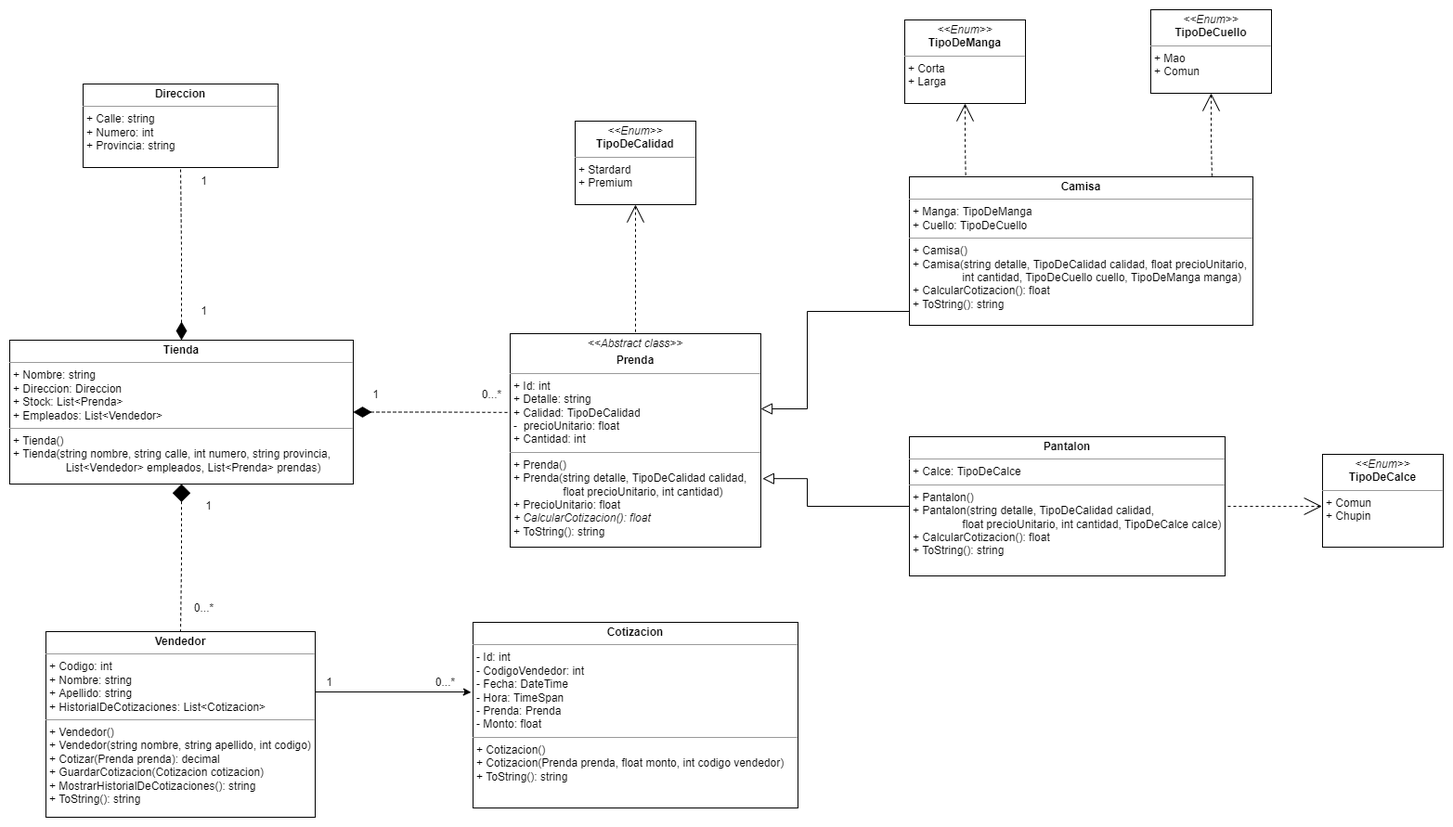
The draw.io diagram UML Quark.png in barbosalucas278/imagenes-readme, before a commit. Source tidied: cells renumbered, new cells last; positions are measured from the earlier drawing's top-left corner, leaving out a move shared by most shapes.
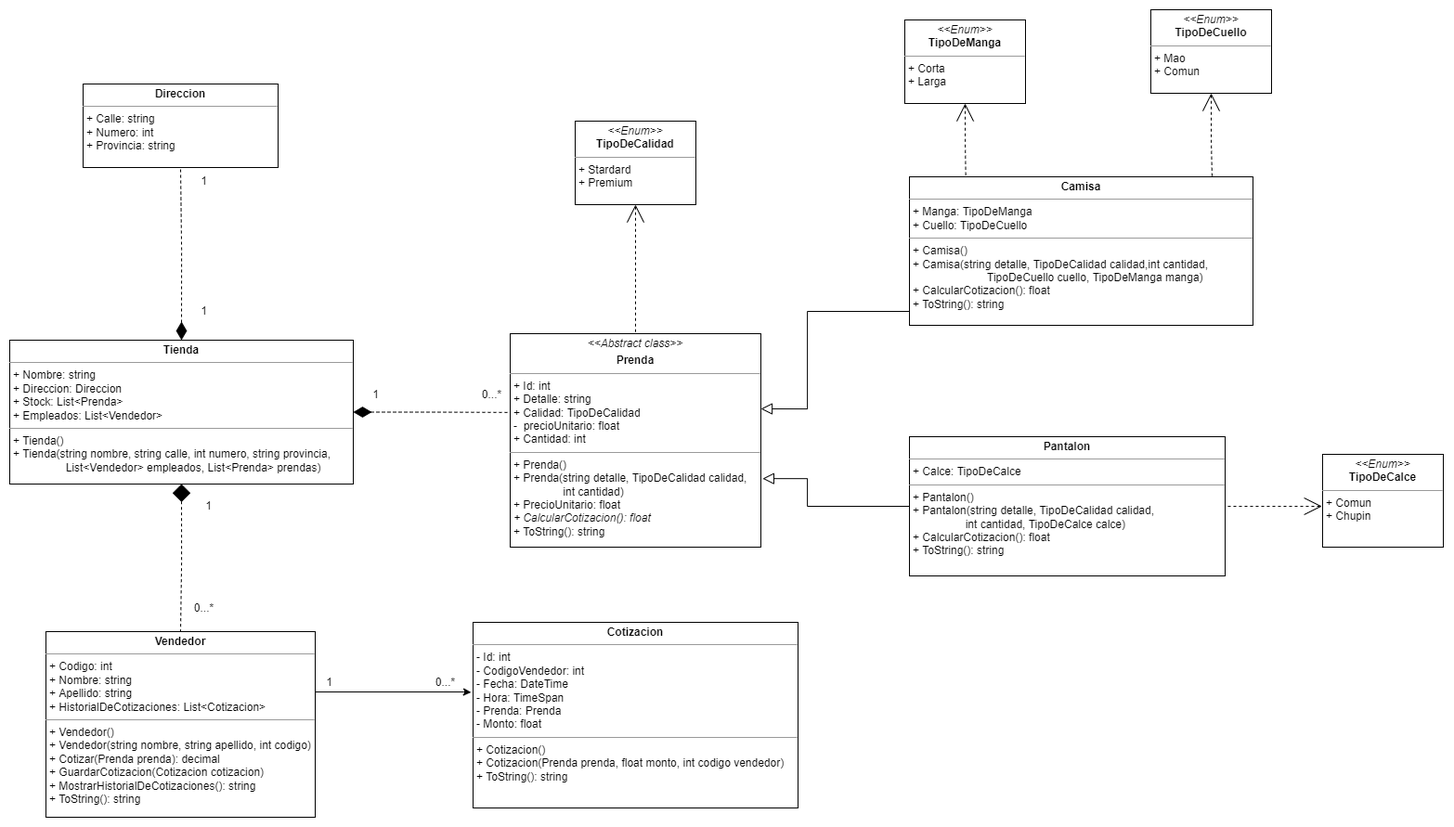
Above is the later version.

Diff of the diagram source:
```diff
@@ -28,7 +28,7 @@
     <mxCell id="8" value="&lt;p style=&quot;margin:0px;margin-top:4px;text-align:center;&quot;&gt;&lt;b&gt;Tienda&lt;/b&gt;&lt;/p&gt;&lt;hr size=&quot;1&quot;&gt;&lt;p style=&quot;margin:0px;margin-left:4px;&quot;&gt;+ Nombre: string&lt;/p&gt;&lt;p style=&quot;margin:0px;margin-left:4px;&quot;&gt;+ Direccion: Direccion&lt;/p&gt;&lt;p style=&quot;margin:0px;margin-left:4px;&quot;&gt;+ Stock: List&amp;lt;Prenda&amp;gt;&lt;/p&gt;&lt;p style=&quot;margin:0px;margin-left:4px;&quot;&gt;+ Empleados: List&amp;lt;Vendedor&amp;gt;&lt;/p&gt;&lt;hr size=&quot;1&quot;&gt;&lt;p style=&quot;margin:0px;margin-left:4px;&quot;&gt;+ Tienda()&lt;/p&gt;&lt;p style=&quot;margin:0px;margin-left:4px;&quot;&gt;+ Tienda(string nombre, string calle, int numero,&amp;nbsp;&lt;span style=&quot;background-color: initial;&quot;&gt;string provincia,&lt;/span&gt;&lt;/p&gt;&lt;p style=&quot;margin:0px;margin-left:4px;&quot;&gt;&lt;span style=&quot;background-color: initial;&quot;&gt;&lt;span style=&quot;white-space: pre;&quot;&gt;&#9;&lt;/span&gt;&lt;span style=&quot;white-space: pre;&quot;&gt;&#9;&lt;/span&gt;&amp;nbsp;List&amp;lt;Vendedor&amp;gt; empleados, List&amp;lt;Prenda&amp;gt; prendas)&lt;/span&gt;&lt;/p&gt;" style="verticalAlign=top;align=left;overflow=fill;fontSize=12;fontFamily=Helvetica;html=1;" parent="1" vertex="1">
       <mxGeometry y="356" width="370" height="155" as="geometry" />
     </mxCell>
-    <mxCell id="9" value="&lt;p style=&quot;margin:0px;margin-top:4px;text-align:center;&quot;&gt;&lt;i&gt;&amp;lt;&amp;lt;Abstract class&amp;gt;&amp;gt;&lt;/i&gt;&lt;br&gt;&lt;/p&gt;&lt;p style=&quot;margin:0px;margin-top:4px;text-align:center;&quot;&gt;&lt;b&gt;Prenda&lt;/b&gt;&lt;/p&gt;&lt;hr size=&quot;1&quot;&gt;&lt;p style=&quot;margin:0px;margin-left:4px;&quot;&gt;+ Id: int&lt;/p&gt;&lt;p style=&quot;margin:0px;margin-left:4px;&quot;&gt;+ Detalle: string&lt;/p&gt;&lt;p style=&quot;margin:0px;margin-left:4px;&quot;&gt;+ Calidad: TipoDeCalidad&lt;/p&gt;&lt;p style=&quot;margin:0px;margin-left:4px;&quot;&gt;-&amp;nbsp; precioUnitario: float&lt;/p&gt;&lt;p style=&quot;margin:0px;margin-left:4px;&quot;&gt;+ Cantidad: int&lt;/p&gt;&lt;hr size=&quot;1&quot;&gt;&lt;p style=&quot;margin:0px;margin-left:4px;&quot;&gt;+ Prenda()&lt;/p&gt;&lt;p style=&quot;margin:0px;margin-left:4px;&quot;&gt;+ Prenda(string detalle, TipoDeCalidad calidad,&amp;nbsp;&lt;/p&gt;&lt;p style=&quot;margin:0px;margin-left:4px;&quot;&gt;&lt;span style=&quot;white-space: pre;&quot;&gt;&#9;&lt;/span&gt;&lt;span style=&quot;white-space: pre;&quot;&gt;&#9;&lt;/span&gt;float precioUnitario, int cantidad)&lt;/p&gt;&lt;p style=&quot;margin:0px;margin-left:4px;&quot;&gt;+ PrecioUnitario: float&lt;/p&gt;&lt;p style=&quot;margin:0px;margin-left:4px;&quot;&gt;&lt;i&gt;+ CalcularCotizacion(): float&lt;/i&gt;&lt;/p&gt;&lt;p style=&quot;margin:0px;margin-left:4px;&quot;&gt;+ ToString(): string&lt;/p&gt;" style="verticalAlign=top;align=left;overflow=fill;fontSize=12;fontFamily=Helvetica;html=1;" parent="1" vertex="1">
+    <mxCell id="9" value="&lt;p style=&quot;margin:0px;margin-top:4px;text-align:center;&quot;&gt;&lt;i&gt;&amp;lt;&amp;lt;Abstract class&amp;gt;&amp;gt;&lt;/i&gt;&lt;br&gt;&lt;/p&gt;&lt;p style=&quot;margin:0px;margin-top:4px;text-align:center;&quot;&gt;&lt;b&gt;Prenda&lt;/b&gt;&lt;/p&gt;&lt;hr size=&quot;1&quot;&gt;&lt;p style=&quot;margin:0px;margin-left:4px;&quot;&gt;+ Id: int&lt;/p&gt;&lt;p style=&quot;margin:0px;margin-left:4px;&quot;&gt;+ Detalle: string&lt;/p&gt;&lt;p style=&quot;margin:0px;margin-left:4px;&quot;&gt;+ Calidad: TipoDeCalidad&lt;/p&gt;&lt;p style=&quot;margin:0px;margin-left:4px;&quot;&gt;-&amp;nbsp; precioUnitario: float&lt;/p&gt;&lt;p style=&quot;margin:0px;margin-left:4px;&quot;&gt;+ Cantidad: int&lt;/p&gt;&lt;hr size=&quot;1&quot;&gt;&lt;p style=&quot;margin:0px;margin-left:4px;&quot;&gt;+ Prenda()&lt;/p&gt;&lt;p style=&quot;margin:0px;margin-left:4px;&quot;&gt;+ Prenda(string detalle, TipoDeCalidad calidad,&amp;nbsp;&lt;/p&gt;&lt;p style=&quot;margin:0px;margin-left:4px;&quot;&gt;&lt;span style=&quot;white-space: pre;&quot;&gt;&#9;&lt;/span&gt;&lt;span style=&quot;white-space: pre;&quot;&gt;&#9;&lt;/span&gt;int cantidad)&lt;/p&gt;&lt;p style=&quot;margin:0px;margin-left:4px;&quot;&gt;+ PrecioUnitario: float&lt;/p&gt;&lt;p style=&quot;margin:0px;margin-left:4px;&quot;&gt;&lt;i&gt;+ CalcularCotizacion(): float&lt;/i&gt;&lt;/p&gt;&lt;p style=&quot;margin:0px;margin-left:4px;&quot;&gt;+ ToString(): string&lt;/p&gt;" style="verticalAlign=top;align=left;overflow=fill;fontSize=12;fontFamily=Helvetica;html=1;" parent="1" vertex="1">
       <mxGeometry x="539" y="349" width="270" height="230" as="geometry" />
     </mxCell>
     <mxCell id="10" style="edgeStyle=orthogonalEdgeStyle;rounded=0;jettySize=auto;html=1;exitX=0.5;exitY=1;exitDx=0;exitDy=0;entryX=0.5;entryY=0;entryDx=0;entryDy=0;dashed=1;startArrow=open;startFill=0;endArrow=none;endFill=0;startSize=17;endSize=3;targetPerimeterSpacing=5;strokeWidth=1;" parent="1" edge="1" source="11" target="9">
@@ -61,7 +61,7 @@
         </Array>
       </mxGeometry>
     </mxCell>
-    <mxCell id="18" value="&lt;p style=&quot;margin:0px;margin-top:4px;text-align:center;&quot;&gt;&lt;b&gt;Camisa&lt;/b&gt;&lt;/p&gt;&lt;hr size=&quot;1&quot;&gt;&lt;p style=&quot;margin:0px;margin-left:4px;&quot;&gt;+ Manga: TipoDeManga&lt;br&gt;&lt;/p&gt;&lt;p style=&quot;margin:0px;margin-left:4px;&quot;&gt;+ Cuello: TipoDeCuello&lt;/p&gt;&lt;hr size=&quot;1&quot;&gt;&lt;p style=&quot;margin: 0px 0px 0px 4px;&quot;&gt;+ Camisa()&lt;/p&gt;&lt;p style=&quot;margin: 0px 0px 0px 4px;&quot;&gt;+ Camisa(&lt;span style=&quot;background-color: initial;&quot;&gt;string detalle, TipoDeCalidad calidad,&amp;nbsp;&lt;/span&gt;&lt;span style=&quot;background-color: initial;&quot;&gt;float precioUnitario,&amp;nbsp;&lt;/span&gt;&lt;/p&gt;&lt;p style=&quot;margin: 0px 0px 0px 4px;&quot;&gt;&lt;span style=&quot;background-color: initial;&quot;&gt;&lt;span style=&quot;white-space: pre;&quot;&gt;&#9;&lt;/span&gt;&lt;span style=&quot;white-space: pre;&quot;&gt;&#9;&lt;/span&gt;int cantidad, TipoDeCuello cuello, TipoDeManga manga&lt;/span&gt;&lt;span style=&quot;background-color: initial;&quot;&gt;)&lt;/span&gt;&lt;/p&gt;&lt;p style=&quot;margin: 0px 0px 0px 4px;&quot;&gt;+ CalcularCotizacion(): float&lt;/p&gt;&lt;p style=&quot;margin: 0px 0px 0px 4px;&quot;&gt;+ ToString(): string&lt;/p&gt;" style="verticalAlign=top;align=left;overflow=fill;fontSize=12;fontFamily=Helvetica;html=1;" parent="1" vertex="1">
+    <mxCell id="18" value="&lt;p style=&quot;margin:0px;margin-top:4px;text-align:center;&quot;&gt;&lt;b&gt;Camisa&lt;/b&gt;&lt;/p&gt;&lt;hr size=&quot;1&quot;&gt;&lt;p style=&quot;margin:0px;margin-left:4px;&quot;&gt;+ Manga: TipoDeManga&lt;br&gt;&lt;/p&gt;&lt;p style=&quot;margin:0px;margin-left:4px;&quot;&gt;+ Cuello: TipoDeCuello&lt;/p&gt;&lt;hr size=&quot;1&quot;&gt;&lt;p style=&quot;margin: 0px 0px 0px 4px;&quot;&gt;+ Camisa()&lt;/p&gt;&lt;p style=&quot;margin: 0px 0px 0px 4px;&quot;&gt;+ Camisa(&lt;span style=&quot;background-color: initial;&quot;&gt;string detalle, TipoDeCalidad calidad,&lt;/span&gt;&lt;span style=&quot;background-color: initial;&quot;&gt;int cantidad,&amp;nbsp;&lt;/span&gt;&lt;/p&gt;&lt;p style=&quot;margin: 0px 0px 0px 4px;&quot;&gt;&lt;span style=&quot;background-color: initial;&quot;&gt;&lt;span style=&quot;white-space: pre;&quot;&gt;&#9;&lt;/span&gt;&lt;span style=&quot;white-space: pre;&quot;&gt;&#9;&lt;/span&gt;&lt;span style=&quot;white-space: pre;&quot;&gt;&#9;&lt;/span&gt;TipoDeCuello cuello, TipoDeManga manga&lt;/span&gt;&lt;span style=&quot;background-color: initial;&quot;&gt;)&lt;/span&gt;&lt;/p&gt;&lt;p style=&quot;margin: 0px 0px 0px 4px;&quot;&gt;+ CalcularCotizacion(): float&lt;/p&gt;&lt;p style=&quot;margin: 0px 0px 0px 4px;&quot;&gt;+ ToString(): string&lt;/p&gt;" style="verticalAlign=top;align=left;overflow=fill;fontSize=12;fontFamily=Helvetica;html=1;" parent="1" vertex="1">
       <mxGeometry x="969" y="180" width="370" height="160" as="geometry" />
     </mxCell>
     <mxCell id="19" style="edgeStyle=orthogonalEdgeStyle;rounded=0;jettySize=auto;html=1;exitX=0;exitY=0.5;exitDx=0;exitDy=0;entryX=1.007;entryY=0.679;entryDx=0;entryDy=0;startArrow=none;startFill=0;endArrow=block;endFill=0;startSize=0;endSize=10;targetPerimeterSpacing=5;strokeWidth=1;entryPerimeter=0;" parent="1" edge="1" source="20" target="9">
@@ -72,7 +72,7 @@
         </Array>
       </mxGeometry>
     </mxCell>
-    <mxCell id="20" value="&lt;p style=&quot;margin:0px;margin-top:4px;text-align:center;&quot;&gt;&lt;b&gt;Pantalon&lt;/b&gt;&lt;/p&gt;&lt;hr size=&quot;1&quot;&gt;&lt;p style=&quot;margin:0px;margin-left:4px;&quot;&gt;+ Calce: TipoDeCalce&lt;br&gt;&lt;/p&gt;&lt;hr size=&quot;1&quot;&gt;&lt;p style=&quot;margin:0px;margin-left:4px;&quot;&gt;+ Pantalon()&lt;/p&gt;&lt;p style=&quot;margin:0px;margin-left:4px;&quot;&gt;+ Pantalon(&lt;span style=&quot;background-color: initial;&quot;&gt;string detalle, TipoDeCalidad calidad,&amp;nbsp;&lt;/span&gt;&lt;/p&gt;&lt;p style=&quot;margin:0px;margin-left:4px;&quot;&gt;&lt;span style=&quot;background-color: initial;&quot;&gt;&#9;&lt;/span&gt;&lt;span style=&quot;background-color: initial;&quot;&gt;&#9;&lt;/span&gt;&lt;span style=&quot;background-color: initial;&quot;&gt;&lt;span style=&quot;white-space: pre;&quot;&gt;&#9;&lt;/span&gt;&lt;span style=&quot;white-space: pre;&quot;&gt;&#9;&lt;/span&gt;float precioUnitario, int cantidad, TipoDeCalce calce&lt;/span&gt;)&lt;/p&gt;&lt;p style=&quot;margin:0px;margin-left:4px;&quot;&gt;+ CalcularCotizacion(): float&lt;/p&gt;&lt;p style=&quot;margin:0px;margin-left:4px;&quot;&gt;+ ToString(): string&lt;/p&gt;" style="verticalAlign=top;align=left;overflow=fill;fontSize=12;fontFamily=Helvetica;html=1;" parent="1" vertex="1">
+    <mxCell id="20" value="&lt;p style=&quot;margin:0px;margin-top:4px;text-align:center;&quot;&gt;&lt;b&gt;Pantalon&lt;/b&gt;&lt;/p&gt;&lt;hr size=&quot;1&quot;&gt;&lt;p style=&quot;margin:0px;margin-left:4px;&quot;&gt;+ Calce: TipoDeCalce&lt;br&gt;&lt;/p&gt;&lt;hr size=&quot;1&quot;&gt;&lt;p style=&quot;margin:0px;margin-left:4px;&quot;&gt;+ Pantalon()&lt;/p&gt;&lt;p style=&quot;margin:0px;margin-left:4px;&quot;&gt;+ Pantalon(&lt;span style=&quot;background-color: initial;&quot;&gt;string detalle, TipoDeCalidad calidad,&amp;nbsp;&lt;/span&gt;&lt;/p&gt;&lt;p style=&quot;margin:0px;margin-left:4px;&quot;&gt;&lt;span style=&quot;background-color: initial;&quot;&gt;&#9;&lt;/span&gt;&lt;span style=&quot;background-color: initial;&quot;&gt;&#9;&lt;/span&gt;&lt;span style=&quot;background-color: initial;&quot;&gt;&lt;span style=&quot;white-space: pre;&quot;&gt;&#9;&lt;/span&gt;&lt;span style=&quot;white-space: pre;&quot;&gt;&#9;&lt;/span&gt;&amp;nbsp;int cantidad, TipoDeCalce calce&lt;/span&gt;)&lt;/p&gt;&lt;p style=&quot;margin:0px;margin-left:4px;&quot;&gt;+ CalcularCotizacion(): float&lt;/p&gt;&lt;p style=&quot;margin:0px;margin-left:4px;&quot;&gt;+ ToString(): string&lt;/p&gt;" style="verticalAlign=top;align=left;overflow=fill;fontSize=12;fontFamily=Helvetica;html=1;" parent="1" vertex="1">
       <mxGeometry x="969" y="460" width="340" height="150" as="geometry" />
     </mxCell>
     <mxCell id="21" style="edgeStyle=orthogonalEdgeStyle;rounded=0;jettySize=auto;html=1;exitX=0.5;exitY=1;exitDx=0;exitDy=0;entryX=0.164;entryY=-0.003;entryDx=0;entryDy=0;dashed=1;startArrow=open;startFill=0;endArrow=none;endFill=0;startSize=17;endSize=3;targetPerimeterSpacing=5;strokeWidth=1;entryPerimeter=0;" parent="1" edge="1" source="22" target="18">
```
